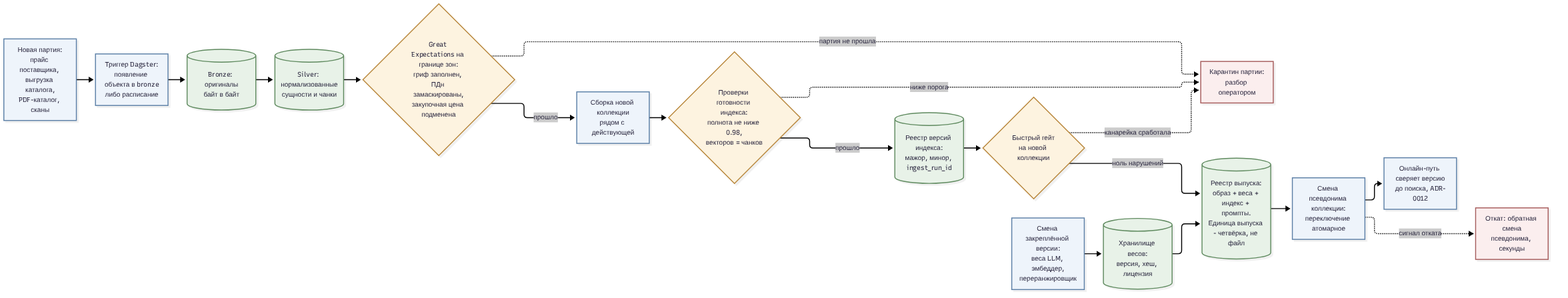
Before: docs/diagrams/delivery-mlops.png, a diagram exported from Mermaid (SandalAndrey/otus_ai_architect). Its source is kept beside it as docs/diagrams/delivery-mlops.mmd.
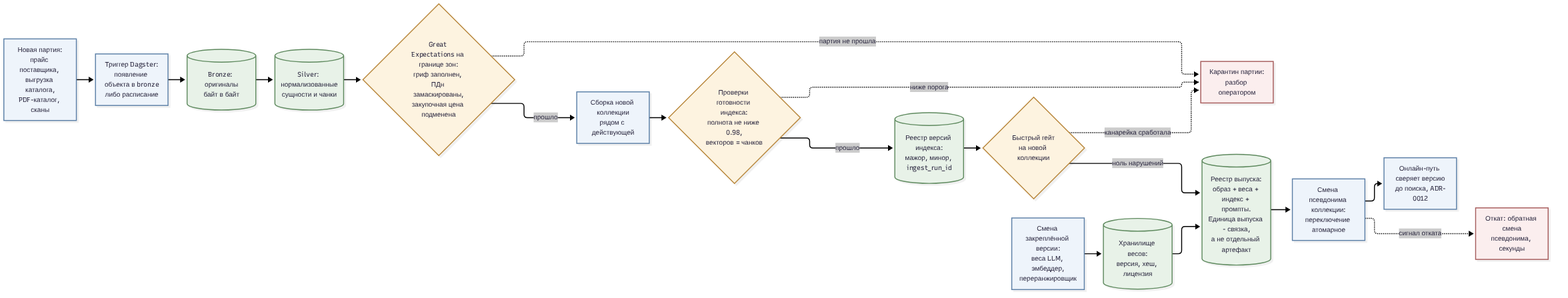
The same diagram one commit later.

Commit message:
docs: заменить "четвёрка" на "связка артефактов"

Change to the diagram source:
```diff
@@ -13,7 +13,7 @@
   WGT["Смена закреплённой версии:<br/>веса LLM, эмбеддер,<br/>переранжировщик"]
   WREG[("Хранилище весов:<br/>версия, хеш, лицензия")]
 
-  BUNDLE[("Реестр выпуска:<br/>образ + веса + индекс + промпты.<br/>Единица выпуска - четвёрка, не файл")]
+  BUNDLE[("Реестр выпуска:<br/>образ + веса + индекс + промпты.<br/>Единица выпуска - связка,<br/>а не отдельный артефакт")]
 
   SW["Смена псевдонима коллекции:<br/>переключение атомарное"]
   ONLINE["Онлайн-путь сверяет версию<br/>до поиска, ADR-0012"]
```
